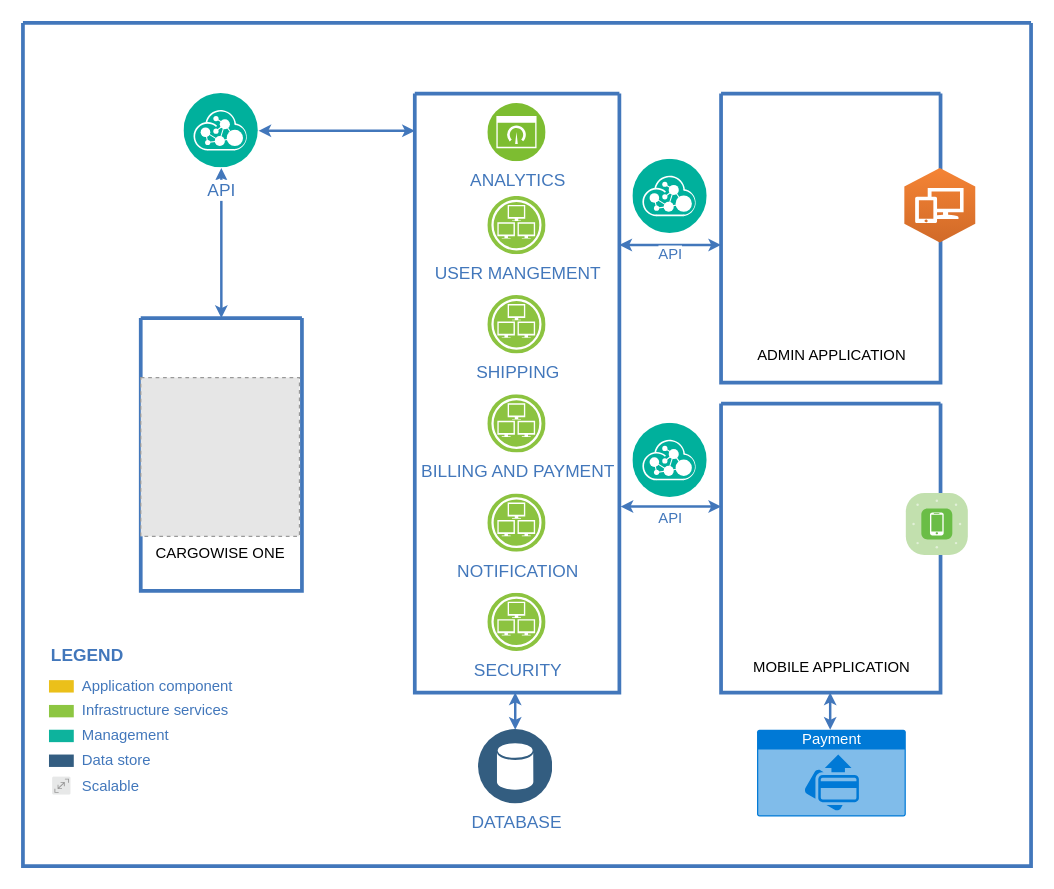
Before: tripleb.drawio in antaradatta3/diagrams, a draw.io diagram. Source tidied: cells renumbered, new cells numbered last; positions are measured from the earlier drawing's top-left corner, leaving out a move shared by most shapes. Both pictures are drawn from the tidied source at 124%, with x=0, y=0 at pixel (22, 22). Pictures stored in the file or linked from it are replaced by grey dashed boxes.
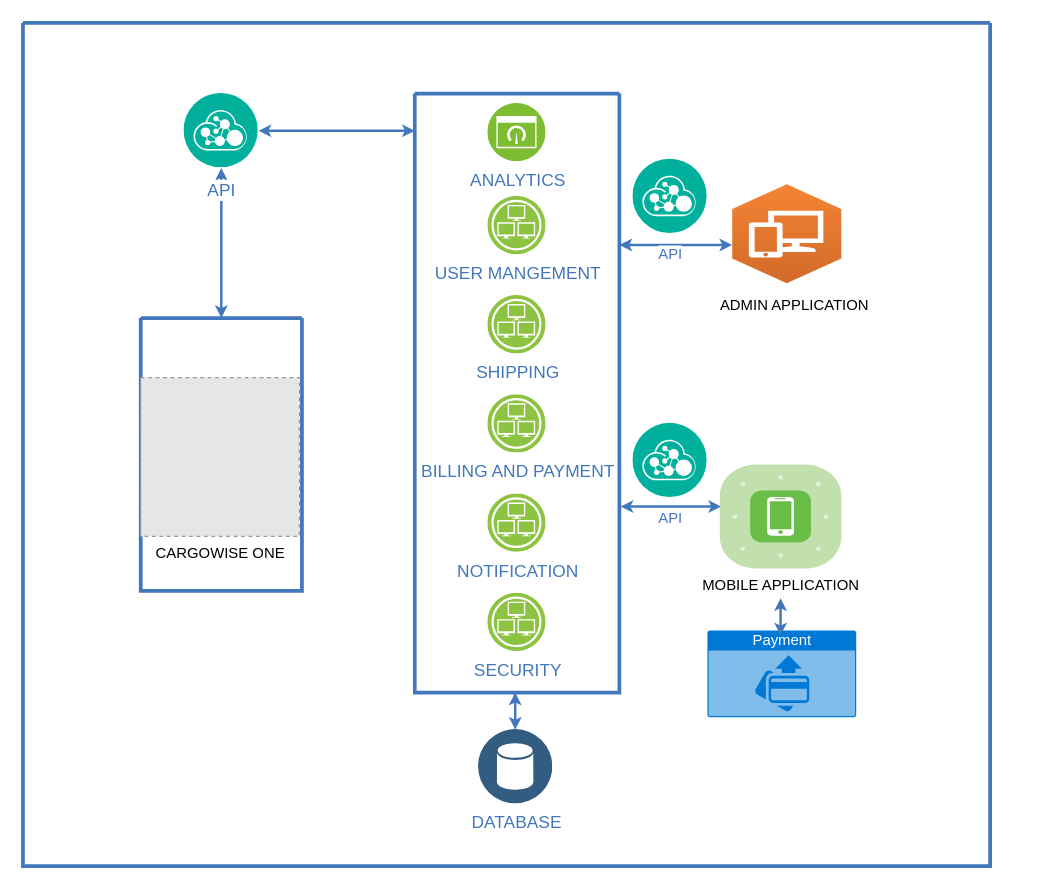
Above is the later version.

Unchanged cells that the change refers to:
```xml
<mxCell id="14" style="swimlane;shadow=0;strokeColor=#4277BB;fillColor=#ffffff;fontColor=#4277BB;align=right;startSize=0;strokeWidth=3;" parent="2" vertex="1">
  <mxGeometry x="316" y="57" width="165" height="483" as="geometry" />
</mxCell>
```

What changed in the source:
```diff
@@
     <mxCell id="2" style="swimlane;shadow=0;strokeColor=#4277BB;fillColor=#ffffff;fontColor=#4277BB;align=right;startSize=0;strokeWidth=3;" parent="1" vertex="1">
-      <mxGeometry width="813" height="680" as="geometry" />
+      <mxGeometry width="780" height="680" as="geometry" />
     </mxCell>
@@
-    <mxCell id="4" style="edgeStyle=elbowEdgeStyle;rounded=0;elbow=vertical;html=1;entryX=0;entryY=0.522;entryPerimeter=0;labelBackgroundColor=#ffffff;startArrow=classic;startFill=1;startSize=4;endArrow=classic;endFill=1;endSize=4;jettySize=auto;strokeColor=#4277BB;strokeWidth=2;fontSize=14;fontColor=#4277BB;" parent="2" edge="1" source="14" target="21">
-      <mxGeometry relative="1" as="geometry" />
+    <mxCell id="4" style="edgeStyle=elbowEdgeStyle;rounded=0;elbow=vertical;html=1;entryX=0;entryY=0.522;entryPerimeter=0;labelBackgroundColor=#ffffff;startArrow=classic;startFill=1;startSize=4;endArrow=classic;endFill=1;endSize=4;jettySize=auto;strokeColor=#4277BB;strokeWidth=2;fontSize=14;fontColor=#4277BB;" parent="2" edge="1" source="14">
+      <mxGeometry relative="1" as="geometry">
+        <mxPoint x="572" y="178.6" as="targetPoint" />
+      </mxGeometry>
     </mxCell>
@@
-    <mxCell id="6" value="Application component" style="rounded=0;html=1;shadow=0;labelBackgroundColor=none;strokeColor=none;strokeWidth=2;fillColor=#EBC01A;gradientColor=none;fontSize=12;fontColor=#4277BB;align=left;labelPosition=right;verticalLabelPosition=middle;verticalAlign=middle;spacingLeft=5;" parent="2" vertex="1">
-      <mxGeometry x="21" y="530" width="20" height="10" as="geometry" />
-    </mxCell>
-    <mxCell id="7" value="Infrastructure services" style="rounded=0;html=1;shadow=0;labelBackgroundColor=none;strokeColor=none;strokeWidth=2;fillColor=#8DC642;gradientColor=none;fontSize=12;fontColor=#4277BB;align=left;labelPosition=right;verticalLabelPosition=middle;verticalAlign=middle;spacingLeft=5;" parent="2" vertex="1">
-      <mxGeometry x="21" y="550" width="20" height="10" as="geometry" />
-    </mxCell>
-    <mxCell id="8" value="Management" style="rounded=0;html=1;shadow=0;labelBackgroundColor=none;strokeColor=none;strokeWidth=2;fillColor=#0DB39D;gradientColor=none;fontSize=12;fontColor=#4277BB;align=left;labelPosition=right;verticalLabelPosition=middle;verticalAlign=middle;spacingLeft=5;" parent="2" vertex="1">
-      <mxGeometry x="21" y="570" width="20" height="10" as="geometry" />
-    </mxCell>
-    <mxCell id="9" value="Data store" style="rounded=0;html=1;shadow=0;labelBackgroundColor=none;strokeColor=none;strokeWidth=2;fillColor=#335D81;gradientColor=none;fontSize=12;fontColor=#4277BB;align=left;labelPosition=right;verticalLabelPosition=middle;verticalAlign=middle;spacingLeft=5;" parent="2" vertex="1">
-      <mxGeometry x="21" y="590" width="20" height="10" as="geometry" />
-    </mxCell>
-    <mxCell id="10" value="LEGEND" style="text;html=1;align=left;verticalAlign=middle;fontColor=#4277BB;shadow=0;dashed=0;strokeColor=none;fillColor=none;labelBackgroundColor=none;fontStyle=1;fontSize=14;spacingLeft=0;" parent="2" vertex="1">
-      <mxGeometry x="21" y="500" width="150" height="20" as="geometry" />
-    </mxCell>
@@
-    <mxCell id="21" style="swimlane;shadow=0;strokeColor=#4277BB;fillColor=#ffffff;fontColor=#4277BB;align=right;startSize=0;strokeWidth=3;" parent="2" vertex="1">
-      <mxGeometry x="563" y="57" width="177" height="233" as="geometry" />
-    </mxCell>
-    <mxCell id="22" value="ADMIN APPLICATION" style="text;html=1;align=center;verticalAlign=middle;strokeColor=none;" parent="21" vertex="1">
-      <mxGeometry x="18.5" y="201" width="140" height="20" as="geometry" />
-    </mxCell>
-    <mxCell id="23" style="dashed=0;verticalLabelPosition=bottom;verticalAlign=top;align=center;html=1;shape=mxgraph.aws3.workspaces;fillColor=#D16A28;gradientColor=#F58435;gradientDirection=north;" parent="21" vertex="1">
-      <mxGeometry x="147.8" y="60" width="57.2" height="60" as="geometry" />
-    </mxCell>
-    <mxCell id="24" value="Scalable" style="perimeter=ellipsePerimeter;html=1;align=left;shadow=0;image;image=img/lib/ibm/miscellaneous/scalable.svg;rounded=0;labelBackgroundColor=none;strokeColor=none;strokeWidth=2;fillColor=#335D81;gradientColor=none;fontSize=12;fontColor=#4277BB;verticalAlign=middle;spacingLeft=7;labelPosition=right;verticalLabelPosition=middle;" parent="2" vertex="1">
-      <mxGeometry x="24" y="608" width="15" height="15" as="geometry" />
-    </mxCell>
@@
-    <mxCell id="26" style="swimlane;shadow=0;strokeColor=#4277BB;fillColor=#ffffff;fontColor=#4277BB;align=right;startSize=0;strokeWidth=3;" parent="2" vertex="1">
-      <mxGeometry x="563" y="307" width="177" height="233" as="geometry" />
-    </mxCell>
-    <mxCell id="27" value="MOBILE APPLICATION" style="text;html=1;align=center;verticalAlign=middle;strokeColor=none;" parent="26" vertex="1">
-      <mxGeometry x="18.5" y="203" width="140" height="20" as="geometry" />
-    </mxCell>
@@
-    <mxCell id="29" style="verticalLabelPosition=bottom;html=1;fillColor=#6ABD46;strokeColor=#ffffff;verticalAlign=top;align=center;shape=mxgraph.cisco_safe.compositeIcon;bgIcon=mxgraph.cisco_safe.architecture.generic_appliance;resIcon=mxgraph.cisco_safe.architecture.mobile;" parent="2" vertex="1">
-      <mxGeometry x="712" y="379" width="50" height="50" as="geometry" />
+    <mxCell id="29" value="MOBILE APPLICATION" style="verticalLabelPosition=bottom;html=1;fillColor=#6ABD46;strokeColor=#ffffff;verticalAlign=top;align=center;shape=mxgraph.cisco_safe.compositeIcon;bgIcon=mxgraph.cisco_safe.architecture.generic_appliance;resIcon=mxgraph.cisco_safe.architecture.mobile;" parent="2" vertex="1">
+      <mxGeometry x="562" y="356" width="98" height="84" as="geometry" />
     </mxCell>
@@
     <mxCell id="33" value="Payment" style="html=1;strokeColor=none;fillColor=#0079D6;labelPosition=center;verticalLabelPosition=middle;verticalAlign=top;align=center;fontSize=12;spacingTop=-6;fontColor=#FFFFFF;shape=mxgraph.sitemap.payment;" parent="2" vertex="1">
-      <mxGeometry x="592" y="570" width="120" height="70" as="geometry" />
+      <mxGeometry x="552" y="490" width="120" height="70" as="geometry" />
     </mxCell>
     <mxCell id="34" style="edgeStyle=elbowEdgeStyle;rounded=0;elbow=vertical;html=1;labelBackgroundColor=#ffffff;startArrow=classic;startFill=1;startSize=4;endArrow=classic;endFill=1;endSize=4;jettySize=auto;orthogonalLoop=1;strokeColor=#4277BB;strokeWidth=2;fontSize=14;fontColor=#4277BB;" parent="2" edge="1">
       <mxGeometry relative="1" as="geometry">
-        <mxPoint x="651" y="540" as="sourcePoint" />
-        <mxPoint x="651" y="570" as="targetPoint" />
+        <mxPoint x="611" y="464" as="sourcePoint" />
+        <mxPoint x="611" y="494" as="targetPoint" />
         <Array as="points">
-          <mxPoint x="816" y="550" />
+          <mxPoint x="776" y="474" />
         </Array>
       </mxGeometry>
     </mxCell>
+    <mxCell id="23" style="dashed=0;verticalLabelPosition=bottom;verticalAlign=top;align=center;html=1;shape=mxgraph.aws3.workspaces;fillColor=#D16A28;gradientColor=#F58435;gradientDirection=north;" parent="2" vertex="1">
+      <mxGeometry x="572" y="130" width="88" height="80" as="geometry" />
+    </mxCell>
+    <mxCell id="22" value="ADMIN APPLICATION" style="text;html=1;align=center;verticalAlign=middle;strokeColor=none;" parent="2" vertex="1">
+      <mxGeometry x="552" y="218" width="140" height="20" as="geometry" />
+    </mxCell>
```
